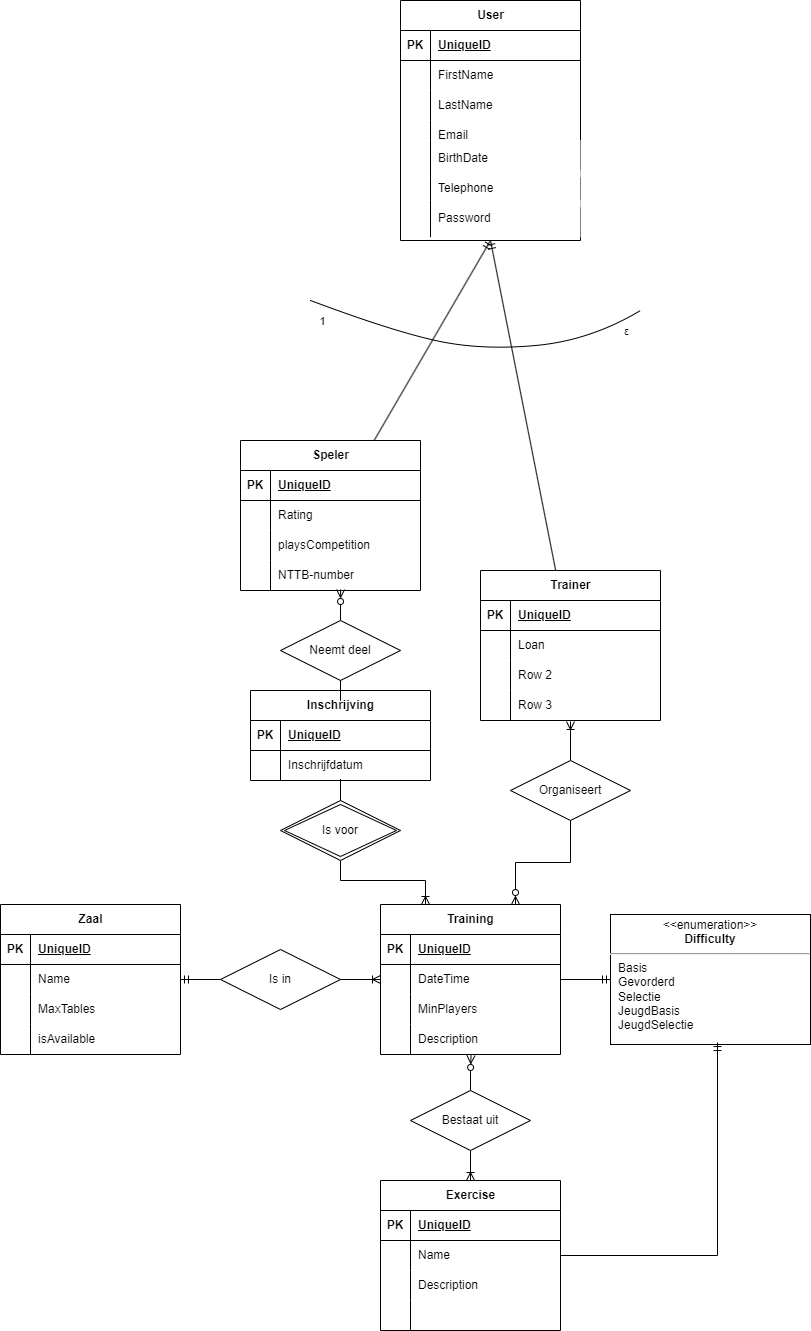
The draw.io diagram apps/ttvd-trainingen/src/assets/IndivDomain.drawio.png in MelchMwoan/Avans-Nx-Workshop, before a commit. Source tidied: cells renumbered, new cells last; positions are measured from the earlier drawing's top-left corner, leaving out a move shared by most shapes.
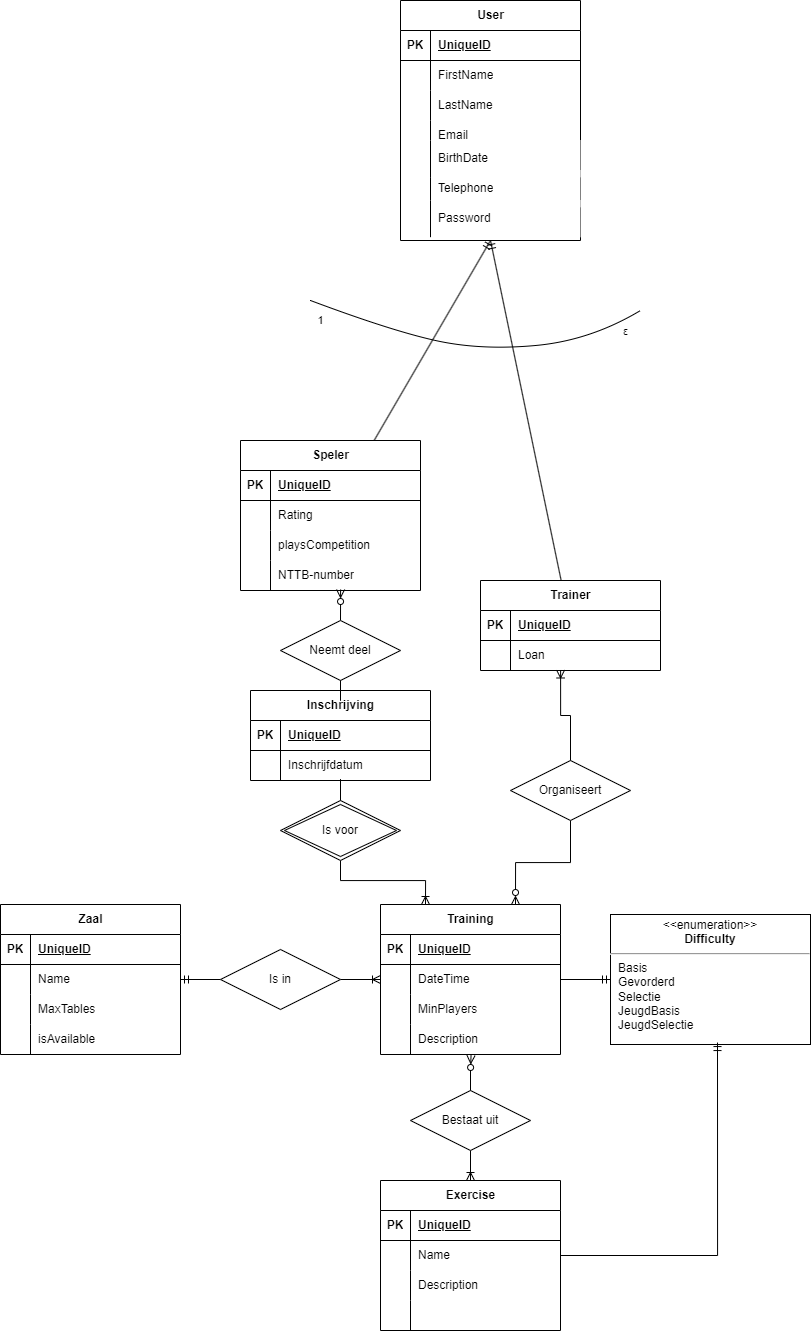
Above is the later version.

Diff of the diagram source:
```diff
@@ -99,7 +99,7 @@
       <mxGeometry relative="1" as="geometry" />
     </mxCell>
     <mxCell id="34" value="Trainer" style="shape=table;startSize=30;rowLines=0;fontStyle=1;align=center;html=1;" parent="1" vertex="1">
-      <mxGeometry x="480" y="570" width="180" height="150" as="geometry" />
+      <mxGeometry x="480" y="580" width="180" height="90" as="geometry" />
     </mxCell>
     <mxCell id="35" style="shape=tableRow;horizontal=0;startSize=0;swimlaneHead=0;swimlaneBody=0;fillColor=none;top=0;left=0;right=0;bottom=1;" parent="34" vertex="1">
       <mxGeometry y="30" width="180" height="30" as="geometry" />
@@ -119,24 +119,6 @@
     <mxCell id="40" value="Loan" style="shape=partialRectangle;fillColor=none;top=0;left=0;bottom=0;right=0;align=left;spacingLeft=6;overflow=hidden;whiteSpace=wrap;html=1;" parent="38" vertex="1">
       <mxGeometry x="30" width="150" height="30" as="geometry" />
     </mxCell>
-    <mxCell id="41" style="shape=tableRow;horizontal=0;startSize=0;swimlaneHead=0;swimlaneBody=0;fillColor=none;top=0;left=0;right=0;bottom=0;" parent="34" vertex="1">
-      <mxGeometry y="90" width="180" height="30" as="geometry" />
-    </mxCell>
-    <mxCell id="42" style="shape=partialRectangle;fillColor=none;top=0;left=0;bottom=0;right=0;overflow=hidden;whiteSpace=wrap;html=1;" parent="41" vertex="1">
-      <mxGeometry width="30" height="30" as="geometry" />
-    </mxCell>
-    <mxCell id="43" value="Row 2" style="shape=partialRectangle;fillColor=none;top=0;left=0;bottom=0;right=0;align=left;spacingLeft=6;overflow=hidden;whiteSpace=wrap;html=1;" parent="41" vertex="1">
-      <mxGeometry x="30" width="150" height="30" as="geometry" />
-    </mxCell>
-    <mxCell id="44" style="shape=tableRow;horizontal=0;startSize=0;swimlaneHead=0;swimlaneBody=0;fillColor=none;points=[[0,0.5],[1,0.5]];portConstraint=eastwest;top=0;left=0;right=0;bottom=0;" parent="34" vertex="1">
-      <mxGeometry y="120" width="180" height="30" as="geometry" />
-    </mxCell>
-    <mxCell id="45" style="shape=partialRectangle;fillColor=none;top=0;left=0;bottom=0;right=0;overflow=hidden;whiteSpace=wrap;html=1;" parent="44" vertex="1">
-      <mxGeometry width="30" height="30" as="geometry" />
-    </mxCell>
-    <mxCell id="46" value="Row 3" style="shape=partialRectangle;fillColor=none;top=0;left=0;bottom=0;right=0;align=left;spacingLeft=6;overflow=hidden;whiteSpace=wrap;html=1;" parent="44" vertex="1">
-      <mxGeometry x="30" width="150" height="30" as="geometry" />
-    </mxCell>
     <mxCell id="47" value="Zaal" style="shape=table;startSize=30;rowLines=0;fontStyle=1;align=center;html=1;" parent="1" vertex="1">
       <mxGeometry y="904" width="180" height="150" as="geometry" />
     </mxCell>
@@ -193,7 +175,7 @@
     <mxCell id="63" style="edgeStyle=orthogonalEdgeStyle;rounded=0;jettySize=auto;html=1;entryX=0.556;entryY=0.967;entryDx=0;entryDy=0;entryPerimeter=0;endArrow=ERzeroToMany;endFill=0;exitX=0.5;exitY=0;exitDx=0;exitDy=0;" parent="1" edge="1" source="106" target="30">
       <mxGeometry relative="1" as="geometry" />
     </mxCell>
-    <mxCell id="64" style="edgeStyle=orthogonalEdgeStyle;rounded=0;jettySize=auto;html=1;entryX=0.5;entryY=1.033;entryDx=0;entryDy=0;entryPerimeter=0;endArrow=ERoneToMany;endFill=0;" parent="1" edge="1" source="62" target="44">
+    <mxCell id="64" style="edgeStyle=orthogonalEdgeStyle;rounded=0;jettySize=auto;html=1;entryX=0.445;entryY=0.983;entryDx=0;entryDy=0;entryPerimeter=0;endArrow=ERoneToMany;endFill=0;exitX=0.5;exitY=0;exitDx=0;exitDy=0;" parent="1" edge="1" source="62" target="38">
       <mxGeometry relative="1" as="geometry" />
     </mxCell>
     <mxCell id="65" style="group;" parent="1" vertex="1">
```
